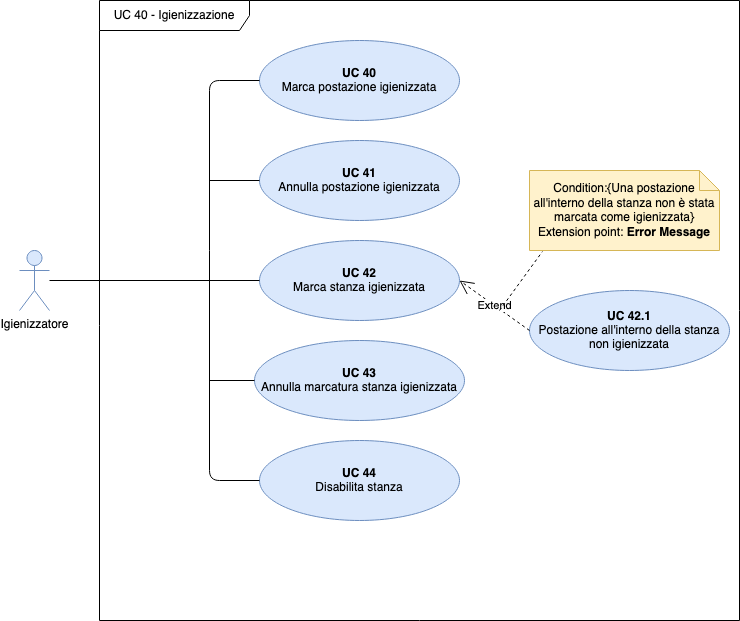
The draw.io diagram DocumentiEsterni/AnalisiDeiRequisiti/src/CasiDUso/immagini/UC40.png in Sweleven/Documents, before a commit. Source tidied: cells renumbered, new cells last; positions are measured from the earlier drawing's top-left corner, leaving out a move shared by most shapes.
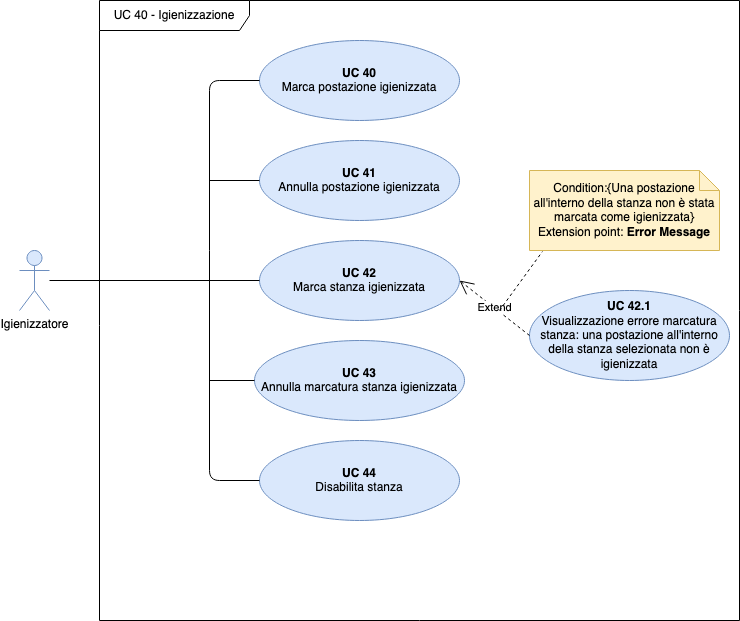
The same file after the commit.

Diff of the diagram source:
```diff
@@ -69,8 +69,8 @@
         <mxPoint x="190" y="380" as="sourcePoint" />
       </mxGeometry>
     </mxCell>
-    <mxCell id="16" value="&lt;b&gt;UC 42.1&lt;/b&gt;&lt;br&gt;Postazione all'interno della stanza non igienizzata&lt;b&gt;&lt;br&gt;&lt;/b&gt;" style="ellipse;whiteSpace=wrap;html=1;fillColor=#dae8fc;strokeColor=#6c8ebf;" parent="1" vertex="1">
-      <mxGeometry x="510" y="290" width="200" height="80" as="geometry" />
+    <mxCell id="16" value="&lt;b&gt;UC 42.1&lt;/b&gt;&lt;br&gt;Visualizzazione errore marcatura stanza: una postazione all'interno della stanza selezionata non è igienizzata&lt;b&gt;&lt;br&gt;&lt;/b&gt;" style="ellipse;whiteSpace=wrap;html=1;fillColor=#dae8fc;strokeColor=#6c8ebf;" parent="1" vertex="1">
+      <mxGeometry x="510" y="290" width="200" height="90" as="geometry" />
     </mxCell>
     <mxCell id="17" value="&lt;div&gt;Extend&lt;/div&gt;" style="endArrow=open;endSize=12;dashed=1;html=1;exitX=0;exitY=0.5;exitDx=0;exitDy=0;entryX=1;entryY=0.5;entryDx=0;entryDy=0;" parent="1" edge="1" source="16" target="6">
       <mxGeometry relative="1" as="geometry" />
```
